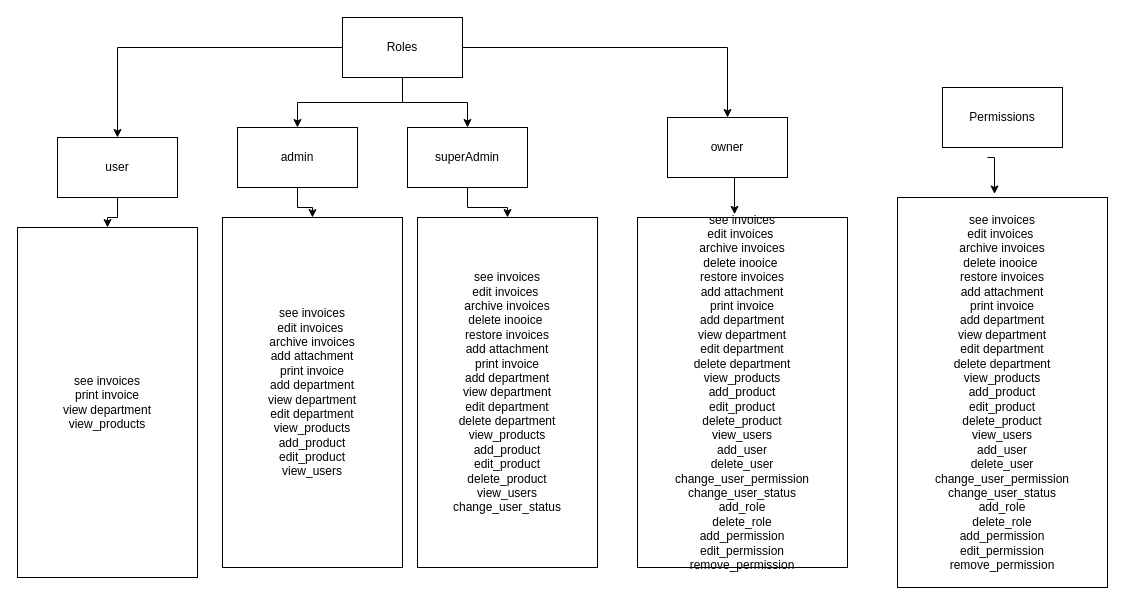
Before: src/role.drawio in ahmedmohamed24/Invoices, a draw.io diagram. Source tidied: cells renumbered, new cells numbered last; positions are measured from the earlier drawing's top-left corner, leaving out a move shared by most shapes. Both pictures are drawn from the tidied source at 100%, with x=0, y=0 at pixel (17, 17).
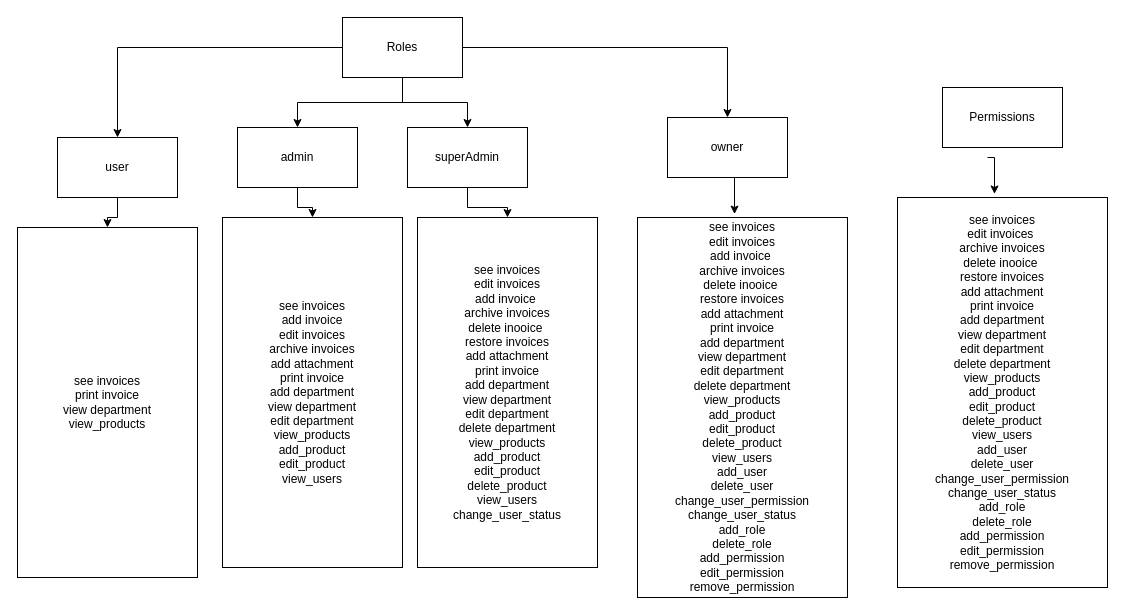
The same page after the edit.

Commit message (it also covers changes not shown here):
permissions of invoices

The edit, as a diff of the source:
```diff
@@
-    <mxCell id="17" value="see invoices&lt;br&gt;edit invoices&amp;nbsp;&lt;br&gt;archive invoices&lt;br&gt;add attachment&lt;br&gt;print invoice&lt;br&gt;add department&lt;br&gt;view department&lt;br&gt;edit department&lt;br&gt;view_products&lt;br&gt;add_product&lt;br&gt;edit_product&lt;br&gt;view_users&lt;br&gt;" style="rounded=0;whiteSpace=wrap;html=1;" parent="1" vertex="1">
+    <mxCell id="17" value="see invoices&lt;br&gt;add invoice&lt;br&gt;edit invoices&lt;br&gt;archive invoices&lt;br&gt;add attachment&lt;br&gt;print invoice&lt;br&gt;add department&lt;br&gt;view department&lt;br&gt;edit department&lt;br&gt;view_products&lt;br&gt;add_product&lt;br&gt;edit_product&lt;br&gt;view_users" style="rounded=0;whiteSpace=wrap;html=1;" parent="1" vertex="1">
       <mxGeometry x="205" y="200" width="180" height="350" as="geometry" />
     </mxCell>
-    <mxCell id="18" value="see invoices&lt;br&gt;edit invoices&amp;nbsp;&lt;br&gt;archive invoices&lt;br&gt;delete inooice&amp;nbsp;&lt;br&gt;restore invoices&lt;br&gt;add attachment&lt;br&gt;print invoice&lt;br&gt;add department&lt;br&gt;view department&lt;br&gt;edit department&lt;br&gt;delete department&lt;br&gt;view_products&lt;br&gt;add_product&lt;br&gt;edit_product&lt;br&gt;delete_product&lt;br&gt;view_users&lt;br&gt;change_user_status" style="rounded=0;whiteSpace=wrap;html=1;" parent="1" vertex="1">
+    <mxCell id="18" value="see invoices&lt;br&gt;edit invoices&lt;br&gt;add invoice&amp;nbsp;&lt;br&gt;archive invoices&lt;br&gt;delete inooice&amp;nbsp;&lt;br&gt;restore invoices&lt;br&gt;add attachment&lt;br&gt;print invoice&lt;br&gt;add department&lt;br&gt;view department&lt;br&gt;edit department&lt;br&gt;delete department&lt;br&gt;view_products&lt;br&gt;add_product&lt;br&gt;edit_product&lt;br&gt;delete_product&lt;br&gt;view_users&lt;br&gt;change_user_status" style="rounded=0;whiteSpace=wrap;html=1;" parent="1" vertex="1">
       <mxGeometry x="400" y="200" width="180" height="350" as="geometry" />
     </mxCell>
@@
-    <mxCell id="21" value="see invoices&lt;br&gt;edit invoices&amp;nbsp;&lt;br&gt;archive invoices&lt;br&gt;delete inooice&amp;nbsp;&lt;br&gt;restore invoices&lt;br&gt;add attachment&lt;br&gt;print invoice&lt;br&gt;add department&lt;br&gt;view department&lt;br&gt;edit department&lt;br&gt;delete department&lt;br&gt;view_products&lt;br&gt;add_product&lt;br&gt;edit_product&lt;br&gt;delete_product&lt;br&gt;view_users&lt;br&gt;add_user&lt;br&gt;delete_user&lt;br&gt;change_user_permission&lt;br&gt;change_user_status&lt;br&gt;add_role&lt;br&gt;delete_role&lt;br&gt;add_permission&lt;br&gt;edit_permission&lt;br&gt;remove_permission" style="rounded=0;whiteSpace=wrap;html=1;" parent="1" vertex="1">
-      <mxGeometry x="620" y="200" width="210" height="350" as="geometry" />
+    <mxCell id="21" value="see invoices&lt;br&gt;edit invoices&lt;br&gt;add invoice&amp;nbsp;&lt;br&gt;archive invoices&lt;br&gt;delete inooice&amp;nbsp;&lt;br&gt;restore invoices&lt;br&gt;add attachment&lt;br&gt;print invoice&lt;br&gt;add department&lt;br&gt;view department&lt;br&gt;edit department&lt;br&gt;delete department&lt;br&gt;view_products&lt;br&gt;add_product&lt;br&gt;edit_product&lt;br&gt;delete_product&lt;br&gt;view_users&lt;br&gt;add_user&lt;br&gt;delete_user&lt;br&gt;change_user_permission&lt;br&gt;change_user_status&lt;br&gt;add_role&lt;br&gt;delete_role&lt;br&gt;add_permission&lt;br&gt;edit_permission&lt;br&gt;remove_permission" style="rounded=0;whiteSpace=wrap;html=1;" parent="1" vertex="1">
+      <mxGeometry x="620" y="200" width="210" height="380" as="geometry" />
     </mxCell>
```
